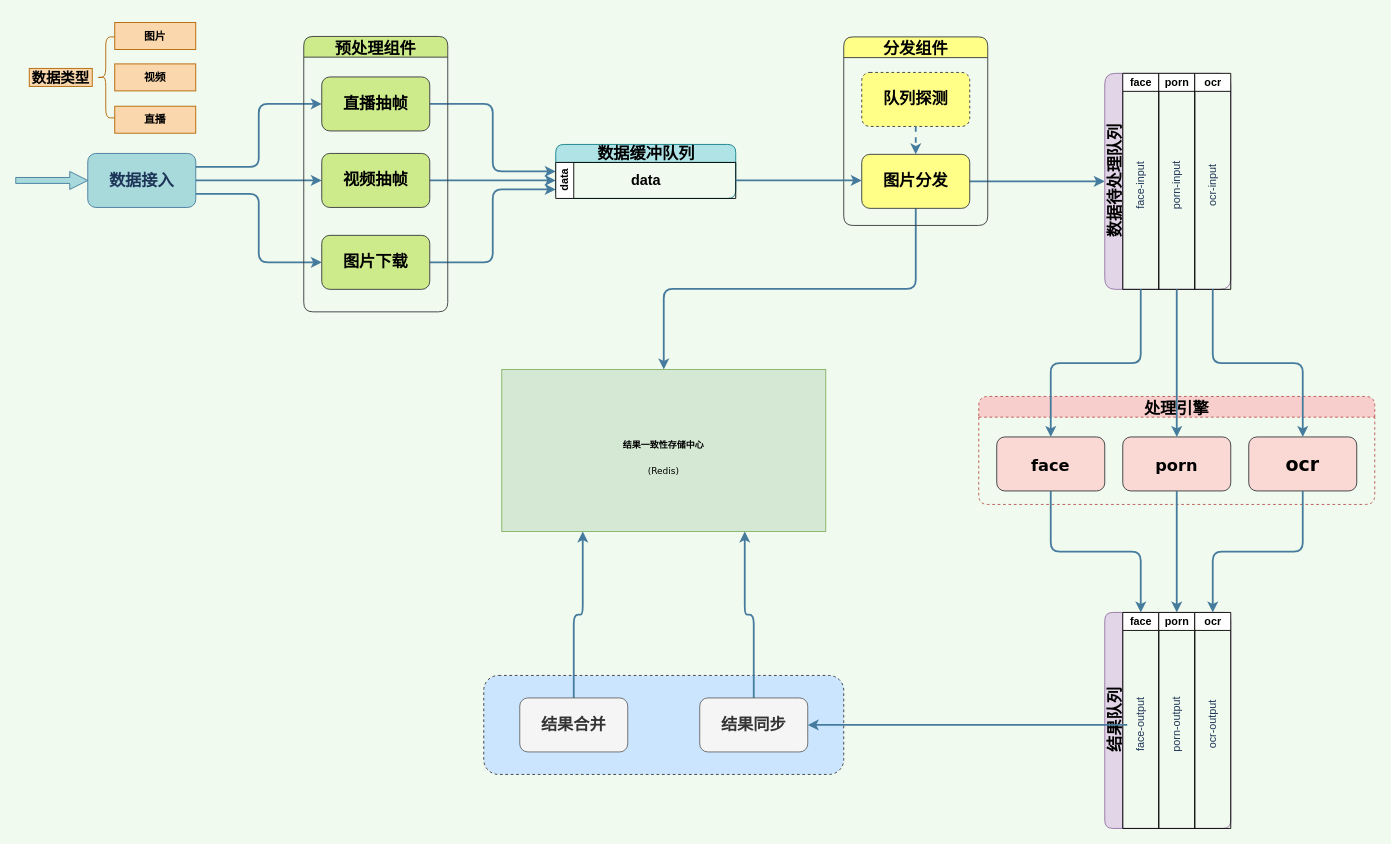
Before: engine_system/engine_system_architecture_v2.drawio in xwzj01ht/diagrams, a draw.io diagram. Source tidied: cells renumbered, new cells numbered last; positions are measured from the earlier drawing's top-left corner, leaving out a move shared by most shapes. Both pictures are drawn from the tidied source at 90%, with x=0, y=0 at pixel (15, 22).
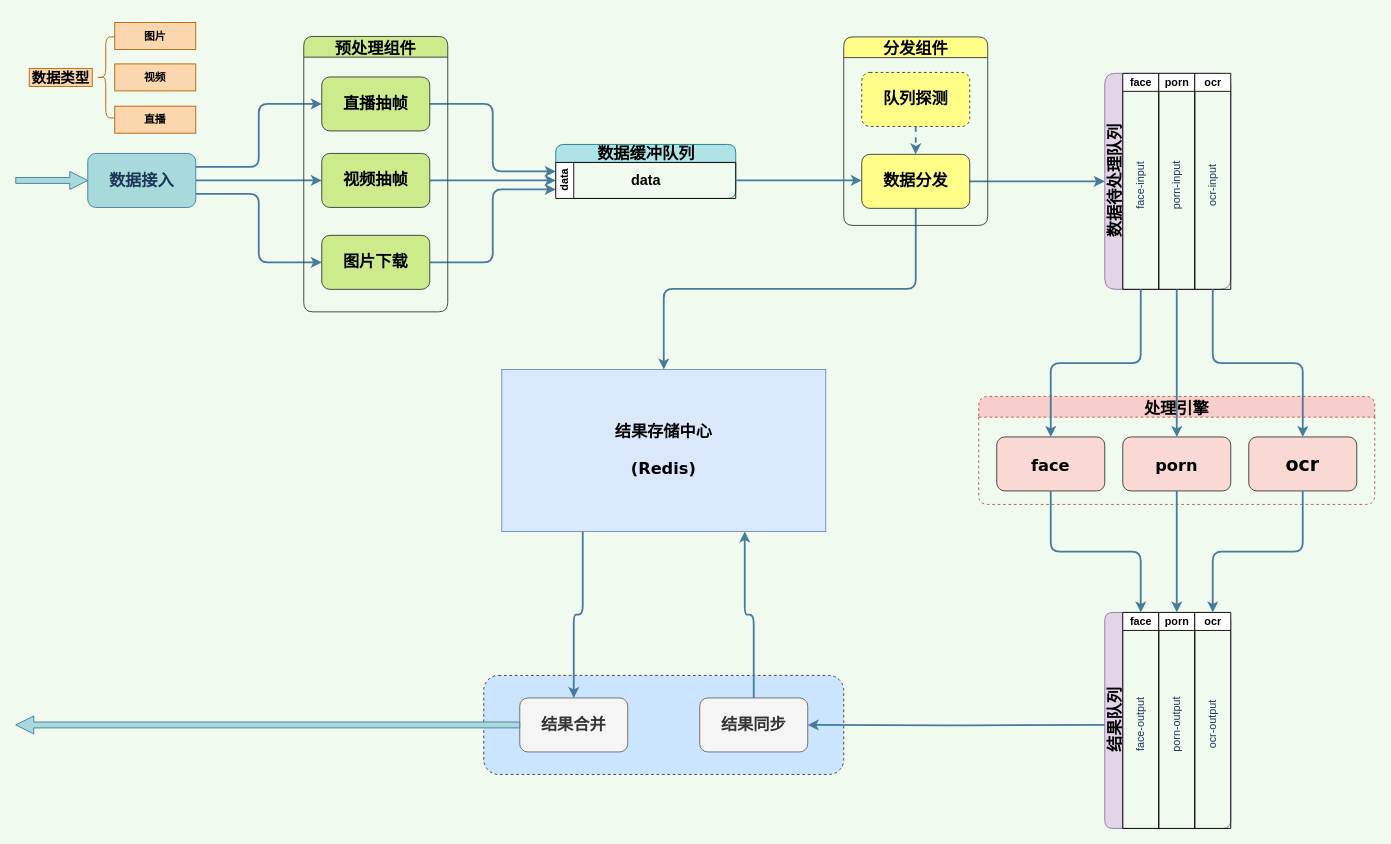
The same diagram, later.

The change refers to these unchanged cells:
```xml
<mxCell id="28" value="&lt;h3 style=&quot;font-size: 18px&quot;&gt;&lt;font face=&quot;Verdana&quot;&gt;结果同步&lt;/font&gt;&lt;/h3&gt;" style="rounded=1;whiteSpace=wrap;html=1;strokeColor=#666666;strokeWidth=1;fillColor=#f5f5f5;fontColor=#333333;" parent="1" vertex="1">
  <mxGeometry x="760" y="751" width="120" height="60" as="geometry" />
</mxCell>
<mxCell id="30" value="&lt;h3 style=&quot;font-size: 18px&quot;&gt;&lt;font face=&quot;Verdana&quot;&gt;结果合并&lt;/font&gt;&lt;/h3&gt;" style="rounded=1;whiteSpace=wrap;html=1;strokeColor=#666666;strokeWidth=1;fillColor=#f5f5f5;fontColor=#333333;" parent="1" vertex="1">
  <mxGeometry x="560" y="751" width="120" height="60" as="geometry" />
</mxCell>
<mxCell id="46" value="face-output" style="text;html=1;align=center;verticalAlign=middle;points=[];fontColor=#1D3557;horizontal=0;" parent="45" vertex="1">
  <mxGeometry x="5" y="90" width="30" height="70" as="geometry" />
</mxCell>
```

The edit, as a diff of the source:
```diff
@@
-    <mxCell id="21" value="&lt;h3 style=&quot;font-size: 18px&quot;&gt;图片分发&lt;/h3&gt;" style="rounded=1;whiteSpace=wrap;html=1;sketch=0;strokeColor=#36393d;fillColor=#ffff88;" parent="1" vertex="1">
+    <mxCell id="21" value="&lt;h3 style=&quot;font-size: 18px&quot;&gt;数据分发&lt;/h3&gt;" style="rounded=1;whiteSpace=wrap;html=1;sketch=0;strokeColor=#36393d;fillColor=#ffff88;" parent="1" vertex="1">
       <mxGeometry x="940" y="147" width="120" height="60" as="geometry" />
     </mxCell>
@@
-    <mxCell id="26" value="&lt;h3&gt;&lt;font face=&quot;Verdana&quot; size=&quot;1&quot;&gt;结果一致性存储中心&lt;/font&gt;&lt;/h3&gt;&lt;div&gt;&lt;font face=&quot;Verdana&quot; size=&quot;1&quot;&gt;(Redis)&lt;/font&gt;&lt;/div&gt;" style="rounded=0;whiteSpace=wrap;html=1;strokeColor=#82b366;strokeWidth=1;fillColor=#d5e8d4;" parent="1" vertex="1">
+    <mxCell id="26" value="&lt;h3 style=&quot;font-size: 18px&quot;&gt;&lt;font face=&quot;Verdana&quot; style=&quot;font-size: 18px&quot;&gt;结果存储中心&lt;/font&gt;&lt;/h3&gt;&lt;h3 style=&quot;font-size: 18px&quot;&gt;&lt;font face=&quot;Verdana&quot; style=&quot;font-size: 18px&quot;&gt;(Redis)&lt;/font&gt;&lt;/h3&gt;" style="rounded=0;whiteSpace=wrap;html=1;strokeColor=#6c8ebf;strokeWidth=1;fillColor=#dae8fc;" parent="1" vertex="1">
       <mxGeometry x="540" y="386" width="360" height="180" as="geometry" />
     </mxCell>
@@
-    <mxCell id="29" style="edgeStyle=orthogonalEdgeStyle;rounded=1;jettySize=auto;html=1;entryX=0.25;entryY=1;entryDx=0;entryDy=0;strokeColor=#457B9D;strokeWidth=2;" parent="1" edge="1" source="30" target="26">
+    <mxCell id="29" style="edgeStyle=orthogonalEdgeStyle;rounded=1;jettySize=auto;html=1;strokeColor=#457B9D;strokeWidth=2;exitX=0.25;exitY=1;exitDx=0;exitDy=0;" parent="1" edge="1" source="26" target="30">
       <mxGeometry relative="1" as="geometry" />
     </mxCell>
@@
-    <mxCell id="59" style="edgeStyle=orthogonalEdgeStyle;rounded=1;jettySize=auto;html=1;entryX=1;entryY=0.5;entryDx=0;entryDy=0;strokeColor=#457B9D;strokeWidth=2;" parent="1" edge="1" source="46" target="28">
-      <mxGeometry relative="1" as="geometry" />
+    <mxCell id="59" style="edgeStyle=orthogonalEdgeStyle;rounded=1;jettySize=auto;html=1;entryX=1;entryY=0.5;entryDx=0;entryDy=0;strokeColor=#457B9D;strokeWidth=2;" parent="1" edge="1" target="28">
+      <mxGeometry relative="1" as="geometry">
+        <mxPoint x="1210" y="781" as="sourcePoint" />
+      </mxGeometry>
     </mxCell>
+    <mxCell id="60" style="html=1;shadow=0;dashed=0;align=center;verticalAlign=middle;shape=mxgraph.arrows2.arrow;dy=0.67;dx=20;notch=0;rounded=0;sketch=0;strokeColor=#457B9D;fillColor=#A8DADC;fontColor=#1D3557;flipH=1;" parent="1" vertex="1">
+      <mxGeometry y="771" width="560" height="20" as="geometry" />
+    </mxCell>
```
